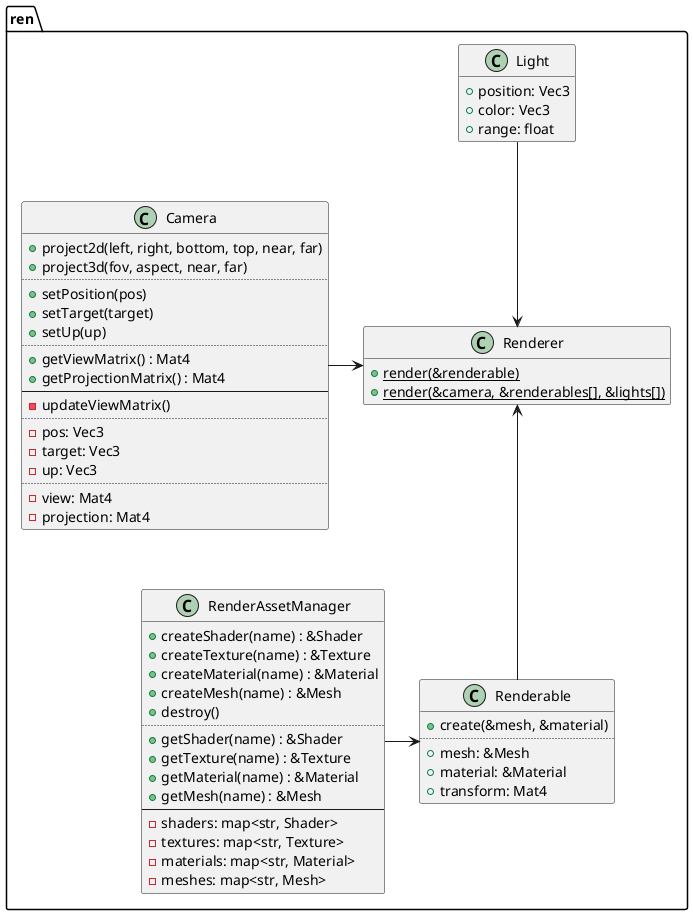
Above: design/renderer.png in ba6er/marblemaze (PlantUML), before the change.
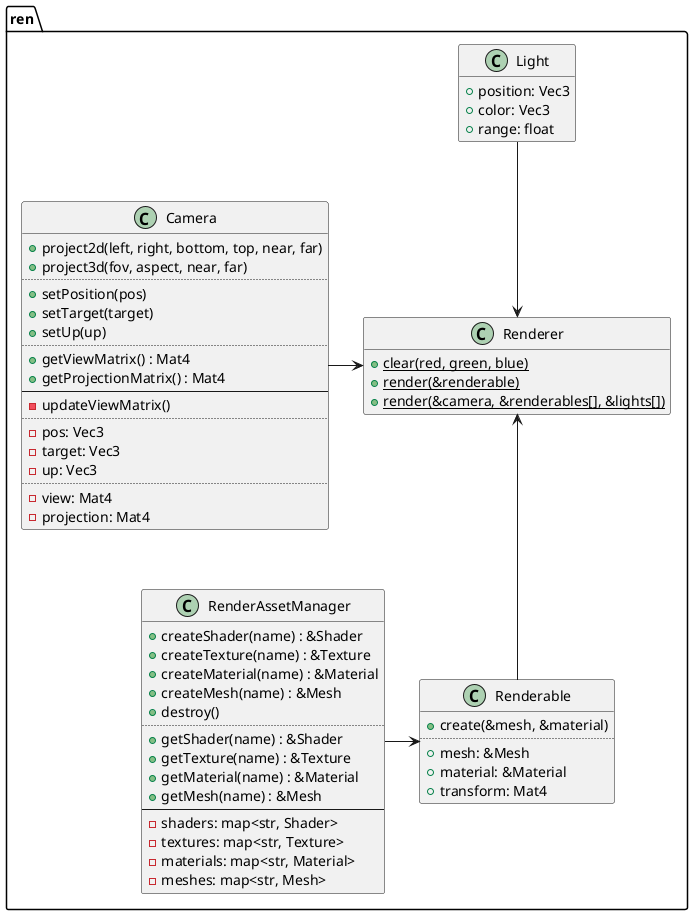
After the commit.

Commit message:
Added screen clearing and depth testing to ren::Renderer

The edit, as a diff of the source:
```diff
@@ -56,6 +56,7 @@
 hide Light methods
 
 class ren::Renderer {
+	{static} +clear(red, green, blue)
 	{static} +render(&renderable)
 	{static} +render(&camera, &renderables[], &lights[])
 }
```
